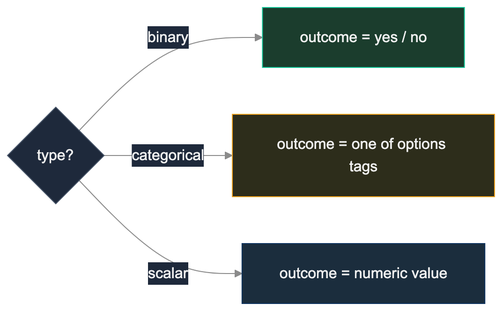
Earlier version of the Mermaid export images/oracle-1-outcome-types.png (forgesworn/nip-drafts). Its source is kept beside it as images/oracle-1-outcome-types.mmd. Source of this version:
```mermaid
flowchart LR
    T{"type?"}
    T -->|binary| B["outcome = yes / no"]
    T -->|categorical| C["outcome = one of options tags"]
    T -->|scalar| S["outcome = numeric value"]

    style B fill:#1b3d2d,stroke:#16c79a,color:#f0f0f0
    style C fill:#2d2d1b,stroke:#f5a623,color:#f0f0f0
    style S fill:#1b2d3d,stroke:#0f3460,color:#f0f0f0
```
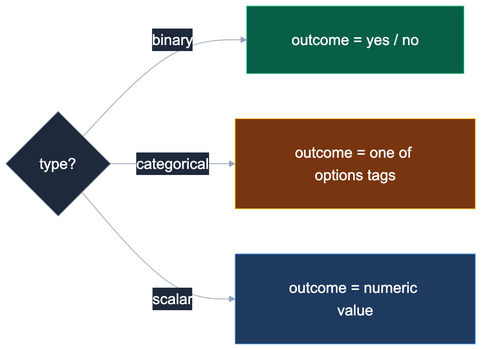
Later version of the same file.

Diff of the diagram source:
```diff
@@ -4,6 +4,6 @@
     T -->|categorical| C["outcome = one of options tags"]
     T -->|scalar| S["outcome = numeric value"]
 
-    style B fill:#1b3d2d,stroke:#16c79a,color:#f0f0f0
-    style C fill:#2d2d1b,stroke:#f5a623,color:#f0f0f0
-    style S fill:#1b2d3d,stroke:#0f3460,color:#f0f0f0
+    style B fill:#065f46,stroke:#34d399,color:#ffffff
+    style C fill:#78350f,stroke:#fbbf24,color:#ffffff
+    style S fill:#1e3a5f,stroke:#60a5fa,color:#ffffff
```
